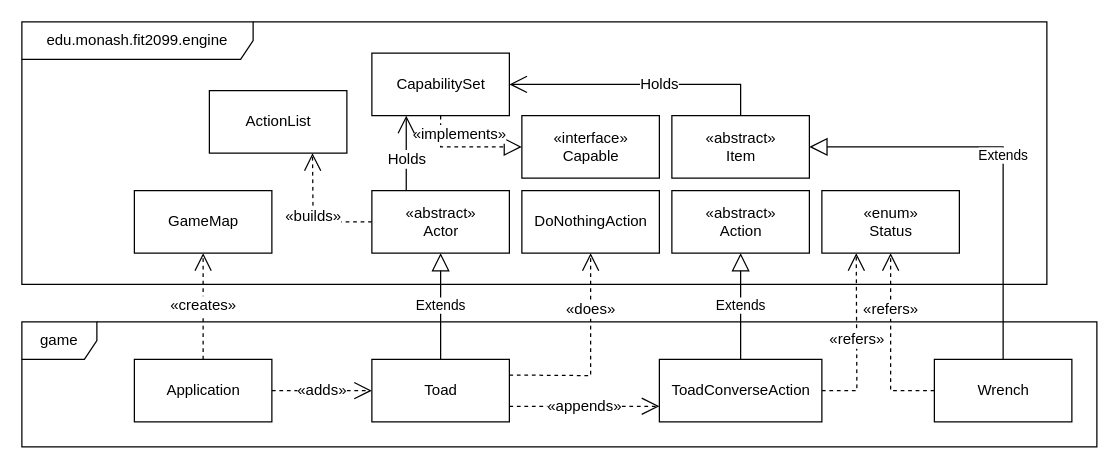
The draw.io diagram docs/REQ6/class diagram.drawio in rongwen1/Roguelike-Mario-game-java, before the edit. Source tidied: cells renumbered, new cells numbered last; positions are measured from the earlier drawing's top-left corner, leaving out a move shared by most shapes. Both pictures are drawn from the tidied source at 125%, with x=0, y=0 at pixel (21, 21).
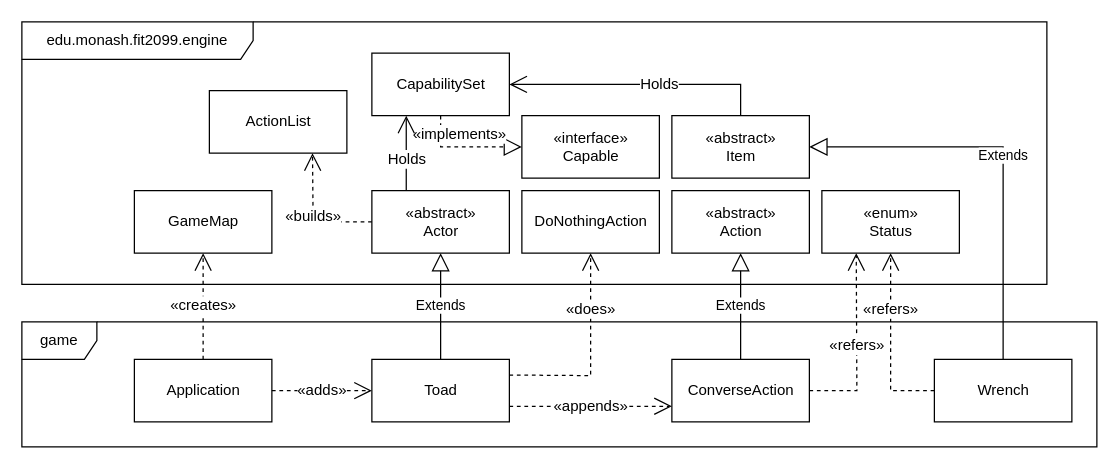
The same page after the edit.

Commit message (it also covers changes not shown here):
REQ5: add class diagram -- A1_REQ6: update class diagram

Diff of the diagram source:
```diff
@@
-    <mxCell id="11" value="ToadConverseAction" style="html=1;" parent="1" vertex="1">
-      <mxGeometry x="510" y="270" width="130" height="50" as="geometry" />
+    <mxCell id="11" value="ConverseAction" style="html=1;" parent="1" vertex="1">
+      <mxGeometry x="520" y="270" width="110" height="50" as="geometry" />
     </mxCell>
```
